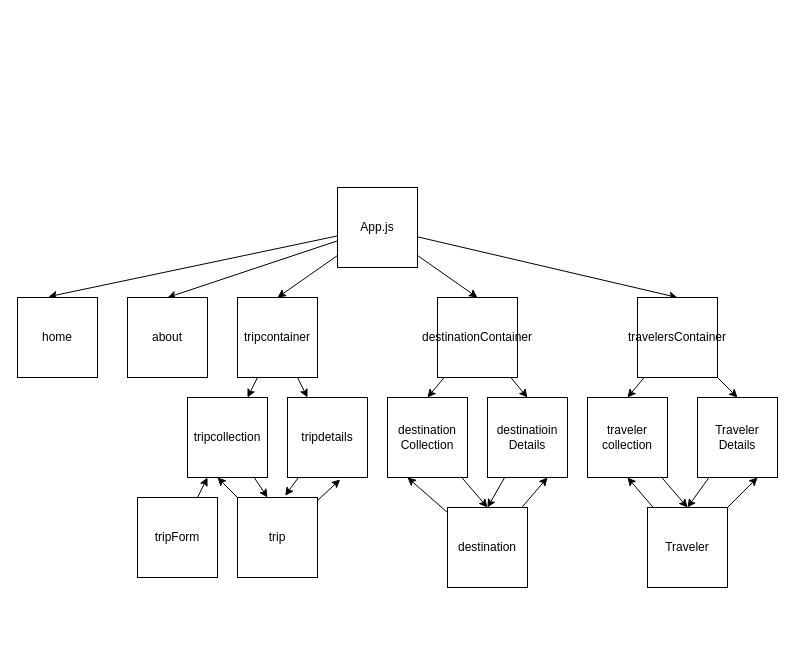
This is src/components/wireframe.drawio from Geng92/phase-3-front-end-react-project, a draw.io file, before an edit. Source tidied: cells renumbered, new cells numbered last; positions are measured from the earlier drawing's top-left corner, leaving out a move shared by most shapes. Both pictures are drawn from the tidied source at 100%, with x=0, y=0 at pixel (17, 187).
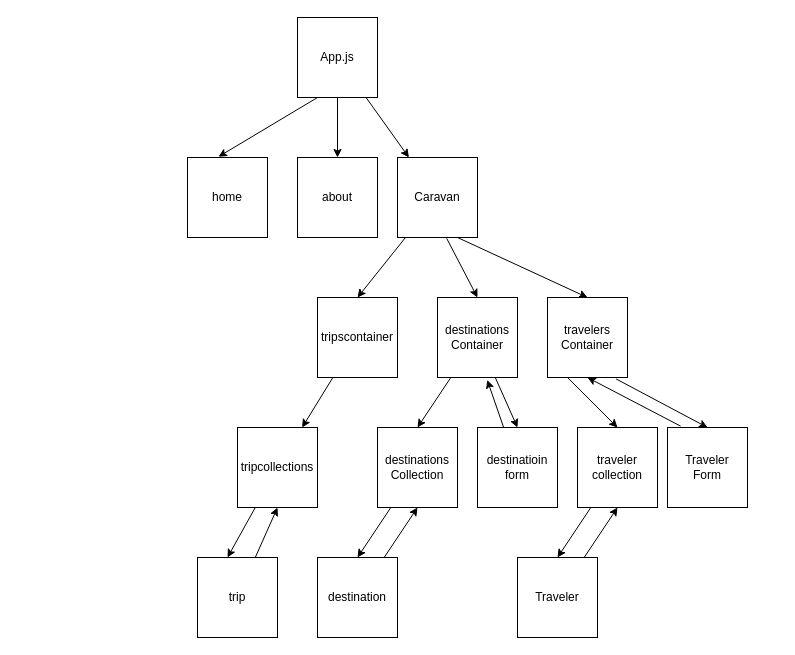
The same page after the edit.

Diff of the diagram source:
```diff
@@
-    <mxCell id="2" style="edgeStyle=none;html=1;entryX=0.5;entryY=0;entryDx=0;entryDy=0;" parent="1" edge="1" source="7" target="17">
+    <mxCell id="2" style="edgeStyle=none;html=1;entryX=0.5;entryY=0;entryDx=0;entryDy=0;" parent="1" edge="1" source="45" target="17">
       <mxGeometry relative="1" as="geometry" />
     </mxCell>
-    <mxCell id="3" style="edgeStyle=none;html=1;entryX=0.5;entryY=0;entryDx=0;entryDy=0;" parent="1" edge="1" source="7" target="10">
+    <mxCell id="3" style="edgeStyle=none;html=1;entryX=0.5;entryY=0;entryDx=0;entryDy=0;exitX=0.615;exitY=1.011;exitDx=0;exitDy=0;exitPerimeter=0;" parent="1" edge="1" source="45" target="10">
       <mxGeometry relative="1" as="geometry" />
     </mxCell>
-    <mxCell id="4" style="edgeStyle=none;html=1;entryX=0.5;entryY=0;entryDx=0;entryDy=0;" parent="1" edge="1" source="7" target="14">
+    <mxCell id="4" style="edgeStyle=none;html=1;entryX=0.5;entryY=0;entryDx=0;entryDy=0;exitX=0.75;exitY=1;exitDx=0;exitDy=0;" parent="1" edge="1" source="45" target="14">
       <mxGeometry relative="1" as="geometry" />
     </mxCell>
-    <mxCell id="5" style="edgeStyle=none;html=1;entryX=0.5;entryY=0;entryDx=0;entryDy=0;" parent="1" edge="1" source="7" target="11">
+    <mxCell id="5" style="edgeStyle=none;html=1;entryX=0.5;entryY=0;entryDx=0;entryDy=0;exitX=0.5;exitY=1;exitDx=0;exitDy=0;" parent="1" edge="1" source="7" target="11">
       <mxGeometry relative="1" as="geometry" />
     </mxCell>
-    <mxCell id="6" style="edgeStyle=none;html=1;entryX=0.388;entryY=-0.01;entryDx=0;entryDy=0;entryPerimeter=0;" parent="1" edge="1" source="7" target="18">
+    <mxCell id="6" style="edgeStyle=none;html=1;entryX=0.388;entryY=-0.01;entryDx=0;entryDy=0;entryPerimeter=0;exitX=0.25;exitY=1;exitDx=0;exitDy=0;" parent="1" edge="1" source="7" target="18">
       <mxGeometry relative="1" as="geometry" />
     </mxCell>
+    <mxCell id="42" style="edgeStyle=none;html=1;" parent="1" edge="1" source="7" target="45">
+      <mxGeometry relative="1" as="geometry" />
+    </mxCell>
     <mxCell id="7" value="App.js" style="whiteSpace=wrap;html=1;" parent="1" vertex="1">
-      <mxGeometry x="320" width="80" height="80" as="geometry" />
+      <mxGeometry x="280" y="-170" width="80" height="80" as="geometry" />
     </mxCell>
@@
-    <mxCell id="10" value="destinationContainer" style="whiteSpace=wrap;html=1;" parent="1" vertex="1">
+    <mxCell id="10" value="destinations&lt;br&gt;Container" style="whiteSpace=wrap;html=1;" parent="1" vertex="1">
       <mxGeometry x="420" y="110" width="80" height="80" as="geometry" />
     </mxCell>
     <mxCell id="11" value="about" style="whiteSpace=wrap;html=1;" parent="1" vertex="1">
-      <mxGeometry x="110" y="110" width="80" height="80" as="geometry" />
+      <mxGeometry x="280" y="-30" width="80" height="80" as="geometry" />
     </mxCell>
-    <mxCell id="12" style="edgeStyle=none;html=1;entryX=0.5;entryY=0;entryDx=0;entryDy=0;" parent="1" edge="1" source="14" target="41">
+    <mxCell id="12" style="edgeStyle=none;html=1;entryX=0.5;entryY=0;entryDx=0;entryDy=0;exitX=0.25;exitY=1;exitDx=0;exitDy=0;" parent="1" edge="1" source="14" target="41">
       <mxGeometry relative="1" as="geometry" />
     </mxCell>
-    <mxCell id="13" style="edgeStyle=none;html=1;entryX=0.5;entryY=0;entryDx=0;entryDy=0;" parent="1" edge="1" source="14" target="37">
+    <mxCell id="13" style="edgeStyle=none;html=1;entryX=0.5;entryY=0;entryDx=0;entryDy=0;exitX=0.858;exitY=1.018;exitDx=0;exitDy=0;exitPerimeter=0;" parent="1" edge="1" source="14" target="37">
       <mxGeometry relative="1" as="geometry" />
     </mxCell>
-    <mxCell id="14" value="travelersContainer" style="whiteSpace=wrap;html=1;" parent="1" vertex="1">
-      <mxGeometry x="620" y="110" width="80" height="80" as="geometry" />
+    <mxCell id="14" value="travelers&lt;br&gt;Container" style="whiteSpace=wrap;html=1;" parent="1" vertex="1">
+      <mxGeometry x="530" y="110" width="80" height="80" as="geometry" />
     </mxCell>
@@
-    <mxCell id="16" style="edgeStyle=none;html=1;" parent="1" edge="1" source="17" target="32">
-      <mxGeometry relative="1" as="geometry" />
-    </mxCell>
-    <mxCell id="17" value="tripcontainer" style="whiteSpace=wrap;html=1;" parent="1" vertex="1">
-      <mxGeometry x="220" y="110" width="80" height="80" as="geometry" />
+    <mxCell id="17" value="tripscontainer" style="whiteSpace=wrap;html=1;" parent="1" vertex="1">
+      <mxGeometry x="300" y="110" width="80" height="80" as="geometry" />
     </mxCell>
     <mxCell id="18" value="home" style="whiteSpace=wrap;html=1;" parent="1" vertex="1">
-      <mxGeometry y="110" width="80" height="80" as="geometry" />
+      <mxGeometry x="170" y="-30" width="80" height="80" as="geometry" />
     </mxCell>
-    <mxCell id="19" style="edgeStyle=none;html=1;entryX=0.5;entryY=0;entryDx=0;entryDy=0;" parent="1" edge="1" source="20" target="35">
-      <mxGeometry relative="1" as="geometry" />
-    </mxCell>
+    <mxCell id="43" style="edgeStyle=none;html=1;entryX=0.622;entryY=1.032;entryDx=0;entryDy=0;entryPerimeter=0;" parent="1" edge="1" source="20" target="10">
+      <mxGeometry relative="1" as="geometry" />
+    </mxCell>
-    <mxCell id="20" value="destinatioin&lt;br&gt;Details" style="whiteSpace=wrap;html=1;" parent="1" vertex="1">
-      <mxGeometry x="470" y="210" width="80" height="80" as="geometry" />
+    <mxCell id="20" value="destinatioin&lt;br&gt;form" style="whiteSpace=wrap;html=1;" parent="1" vertex="1">
+      <mxGeometry x="460" y="240" width="80" height="80" as="geometry" />
     </mxCell>
@@
-    <mxCell id="22" value="destination&lt;br&gt;Collection" style="whiteSpace=wrap;html=1;" parent="1" vertex="1">
-      <mxGeometry x="370" y="210" width="80" height="80" as="geometry" />
+    <mxCell id="22" value="destinations&lt;br&gt;Collection" style="whiteSpace=wrap;html=1;" parent="1" vertex="1">
+      <mxGeometry x="360" y="240" width="80" height="80" as="geometry" />
     </mxCell>
-    <mxCell id="23" style="edgeStyle=none;html=1;entryX=0.75;entryY=1;entryDx=0;entryDy=0;" parent="1" edge="1" source="25" target="37">
-      <mxGeometry relative="1" as="geometry" />
-    </mxCell>
@@
     <mxCell id="25" value="Traveler" style="whiteSpace=wrap;html=1;" parent="1" vertex="1">
-      <mxGeometry x="630" y="320" width="80" height="80" as="geometry" />
+      <mxGeometry x="500" y="370" width="80" height="80" as="geometry" />
     </mxCell>
-    <mxCell id="26" style="edgeStyle=none;html=1;entryX=0.658;entryY=1.025;entryDx=0;entryDy=0;entryPerimeter=0;" parent="1" edge="1" source="28" target="32">
-      <mxGeometry relative="1" as="geometry" />
-    </mxCell>
-    <mxCell id="27" style="edgeStyle=none;html=1;entryX=0.375;entryY=1;entryDx=0;entryDy=0;entryPerimeter=0;" parent="1" edge="1" source="28" target="30">
+    <mxCell id="27" style="edgeStyle=none;html=1;entryX=0.5;entryY=1;entryDx=0;entryDy=0;" parent="1" edge="1" source="28" target="30">
       <mxGeometry relative="1" as="geometry" />
     </mxCell>
     <mxCell id="28" value="trip" style="whiteSpace=wrap;html=1;" parent="1" vertex="1">
-      <mxGeometry x="220" y="310" width="80" height="80" as="geometry" />
+      <mxGeometry x="180" y="370" width="80" height="80" as="geometry" />
     </mxCell>
@@
-    <mxCell id="30" value="tripcollection" style="whiteSpace=wrap;html=1;" parent="1" vertex="1">
-      <mxGeometry x="170" y="210" width="80" height="80" as="geometry" />
+    <mxCell id="30" value="tripcollections" style="whiteSpace=wrap;html=1;" parent="1" vertex="1">
+      <mxGeometry x="220" y="240" width="80" height="80" as="geometry" />
     </mxCell>
-    <mxCell id="31" style="edgeStyle=none;html=1;entryX=0.596;entryY=-0.023;entryDx=0;entryDy=0;entryPerimeter=0;" parent="1" edge="1" source="32" target="28">
-      <mxGeometry relative="1" as="geometry" />
-    </mxCell>
-    <mxCell id="32" value="tripdetails" style="whiteSpace=wrap;html=1;" parent="1" vertex="1">
-      <mxGeometry x="270" y="210" width="80" height="80" as="geometry" />
-    </mxCell>
-    <mxCell id="33" style="edgeStyle=none;html=1;entryX=0.75;entryY=1;entryDx=0;entryDy=0;" parent="1" edge="1" source="35" target="20">
-      <mxGeometry relative="1" as="geometry" />
-    </mxCell>
-    <mxCell id="34" style="edgeStyle=none;html=1;entryX=0.25;entryY=1;entryDx=0;entryDy=0;" parent="1" edge="1" source="35" target="22">
+    <mxCell id="34" style="edgeStyle=none;html=1;entryX=0.5;entryY=1;entryDx=0;entryDy=0;" parent="1" edge="1" source="35" target="22">
       <mxGeometry relative="1" as="geometry" />
     </mxCell>
     <mxCell id="35" value="destination" style="whiteSpace=wrap;html=1;" parent="1" vertex="1">
-      <mxGeometry x="430" y="320" width="80" height="80" as="geometry" />
+      <mxGeometry x="300" y="370" width="80" height="80" as="geometry" />
     </mxCell>
-    <mxCell id="36" style="edgeStyle=none;html=1;entryX=0.5;entryY=0;entryDx=0;entryDy=0;" parent="1" edge="1" source="37" target="25">
-      <mxGeometry relative="1" as="geometry" />
-    </mxCell>
+    <mxCell id="44" style="edgeStyle=none;html=1;entryX=0.5;entryY=1;entryDx=0;entryDy=0;exitX=0.164;exitY=-0.017;exitDx=0;exitDy=0;exitPerimeter=0;" parent="1" edge="1" source="37" target="14">
+      <mxGeometry relative="1" as="geometry" />
+    </mxCell>
-    <mxCell id="37" value="Traveler&lt;br&gt;Details" style="whiteSpace=wrap;html=1;" parent="1" vertex="1">
-      <mxGeometry x="680" y="210" width="80" height="80" as="geometry" />
+    <mxCell id="37" value="Traveler&lt;br&gt;Form" style="whiteSpace=wrap;html=1;" parent="1" vertex="1">
+      <mxGeometry x="650" y="240" width="80" height="80" as="geometry" />
     </mxCell>
-    <mxCell id="38" style="edgeStyle=none;html=1;" parent="1" edge="1" source="39" target="30">
-      <mxGeometry relative="1" as="geometry" />
-    </mxCell>
-    <mxCell id="39" value="tripForm" style="whiteSpace=wrap;html=1;" parent="1" vertex="1">
-      <mxGeometry x="120" y="310" width="80" height="80" as="geometry" />
-    </mxCell>
@@
     <mxCell id="41" value="traveler&lt;br&gt;collection" style="whiteSpace=wrap;html=1;" parent="1" vertex="1">
-      <mxGeometry x="570" y="210" width="80" height="80" as="geometry" />
+      <mxGeometry x="560" y="240" width="80" height="80" as="geometry" />
     </mxCell>
+    <mxCell id="45" value="Caravan" style="whiteSpace=wrap;html=1;" parent="1" vertex="1">
+      <mxGeometry x="380" y="-30" width="80" height="80" as="geometry" />
+    </mxCell>
```
